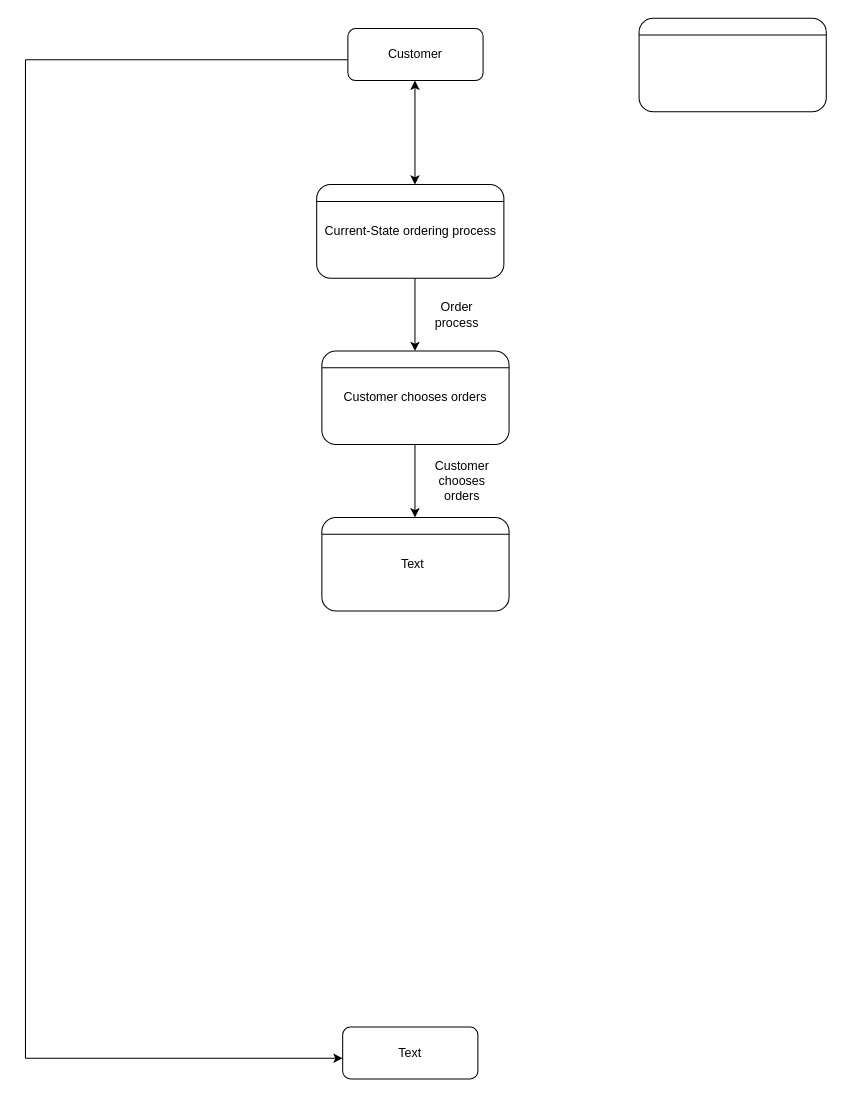
This is Untitled Diagram.drawio from TipperChristopher/.github.io.matahi, a draw.io file, before an edit. Source tidied: cells renumbered, new cells numbered last; positions are measured from the earlier drawing's top-left corner, leaving out a move shared by most shapes. Both pictures are drawn from the tidied source at 104%, with x=0, y=0 at pixel (25, 18).
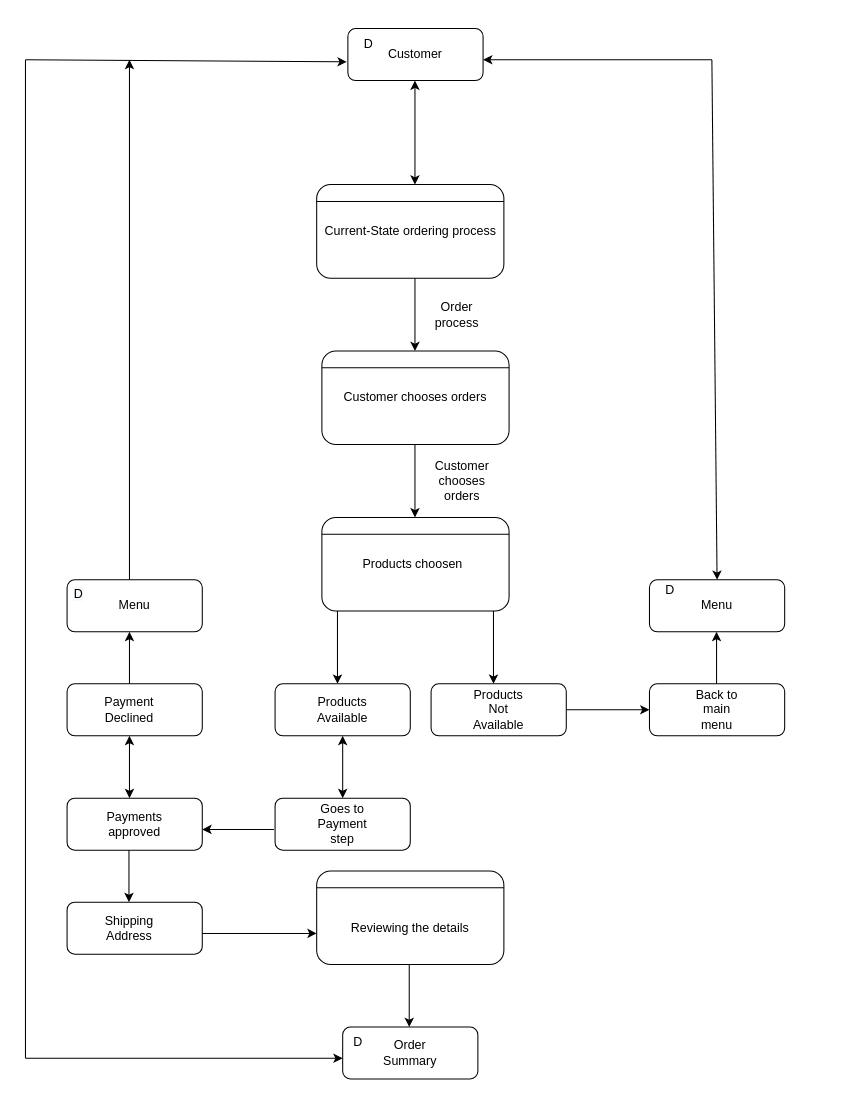
Above is the later version.

Unchanged cells that the change refers to:
```xml
<mxCell id="2" style="rounded=1;whiteSpace=wrap;html=1;" parent="1" vertex="1">
  <mxGeometry x="310" y="10" width="130" height="50" as="geometry" />
</mxCell>
```

Diff of the diagram source:
```diff
@@
-    <mxCell id="9" style="endArrow=none;html=1;rounded=0;" parent="1" edge="1">
-      <mxGeometry relative="1" as="geometry">
-        <mxPoint y="40" as="sourcePoint" />
-        <mxPoint x="310" y="40" as="targetPoint" />
-      </mxGeometry>
-    </mxCell>
@@
     <mxCell id="12" style="rounded=1;whiteSpace=wrap;html=1;" parent="1" vertex="1">
-      <mxGeometry x="590" width="180" height="90" as="geometry" />
+      <mxGeometry x="280" y="820" width="180" height="90" as="geometry" />
     </mxCell>
@@
-    <mxCell id="23" value="Text" style="text;html=1;strokeColor=none;fillColor=none;align=center;verticalAlign=middle;whiteSpace=wrap;rounded=0;" parent="1" vertex="1">
+    <mxCell id="23" value="Products choosen" style="text;html=1;strokeColor=none;fillColor=none;align=center;verticalAlign=middle;whiteSpace=wrap;rounded=0;" parent="1" vertex="1">
       <mxGeometry x="285" y="510" width="175" height="30" as="geometry" />
     </mxCell>
-    <mxCell id="24" value="Text" style="text;html=1;strokeColor=none;fillColor=none;align=center;verticalAlign=middle;whiteSpace=wrap;rounded=0;" parent="1" vertex="1">
+    <mxCell id="24" value="Order Summary" style="text;html=1;strokeColor=none;fillColor=none;align=center;verticalAlign=middle;whiteSpace=wrap;rounded=0;" parent="1" vertex="1">
       <mxGeometry x="340" y="980" width="60" height="30" as="geometry" />
     </mxCell>
+    <mxCell id="25" style="endArrow=classic;html=1;rounded=0;" parent="1" edge="1">
+      <mxGeometry relative="1" as="geometry">
+        <mxPoint x="300" y="570" as="sourcePoint" />
+        <mxPoint x="300" y="640" as="targetPoint" />
+      </mxGeometry>
+    </mxCell>
+    <mxCell id="26" style="endArrow=classic;html=1;rounded=0;" parent="1" edge="1">
+      <mxGeometry relative="1" as="geometry">
+        <mxPoint x="450" y="570" as="sourcePoint" />
+        <mxPoint x="450" y="640" as="targetPoint" />
+      </mxGeometry>
+    </mxCell>
+    <mxCell id="27" style="rounded=1;whiteSpace=wrap;html=1;" parent="1" vertex="1">
+      <mxGeometry x="240" y="640" width="130" height="50" as="geometry" />
+    </mxCell>
+    <mxCell id="28" style="rounded=1;whiteSpace=wrap;html=1;" parent="1" vertex="1">
+      <mxGeometry x="390" y="640" width="130" height="50" as="geometry" />
+    </mxCell>
+    <mxCell id="29" value="Products Available" style="text;html=1;strokeColor=none;fillColor=none;align=center;verticalAlign=middle;whiteSpace=wrap;rounded=0;" parent="1" vertex="1">
+      <mxGeometry x="275" y="650" width="60" height="30" as="geometry" />
+    </mxCell>
+    <mxCell id="30" value="Products Not Available" style="text;html=1;strokeColor=none;fillColor=none;align=center;verticalAlign=middle;whiteSpace=wrap;rounded=0;" parent="1" vertex="1">
+      <mxGeometry x="425" y="650" width="60" height="30" as="geometry" />
+    </mxCell>
+    <mxCell id="31" style="rounded=1;whiteSpace=wrap;html=1;" parent="1" vertex="1">
+      <mxGeometry x="240" y="750" width="130" height="50" as="geometry" />
+    </mxCell>
+    <mxCell id="32" value="Goes to Payment step" style="text;html=1;strokeColor=none;fillColor=none;align=center;verticalAlign=middle;whiteSpace=wrap;rounded=0;" parent="1" vertex="1">
+      <mxGeometry x="275" y="760" width="60" height="30" as="geometry" />
+    </mxCell>
+    <mxCell id="33" style="endArrow=classic;startArrow=classic;html=1;rounded=0;entryX=0.5;entryY=1;entryDx=0;entryDy=0;exitX=0.5;exitY=0;exitDx=0;exitDy=0;" parent="1" edge="1" source="31" target="27">
+      <mxGeometry relative="1" as="geometry" />
+    </mxCell>
+    <mxCell id="34" style="rounded=1;whiteSpace=wrap;html=1;" parent="1" vertex="1">
+      <mxGeometry x="600" y="640" width="130" height="50" as="geometry" />
+    </mxCell>
+    <mxCell id="35" value="Back to main menu" style="text;html=1;strokeColor=none;fillColor=none;align=center;verticalAlign=middle;whiteSpace=wrap;rounded=0;" parent="1" vertex="1">
+      <mxGeometry x="635" y="650" width="60" height="30" as="geometry" />
+    </mxCell>
+    <mxCell id="36" style="endArrow=classic;html=1;rounded=0;exitX=1;exitY=0.5;exitDx=0;exitDy=0;" parent="1" edge="1" source="28">
+      <mxGeometry relative="1" as="geometry">
+        <mxPoint x="600" y="665" as="targetPoint" />
+      </mxGeometry>
+    </mxCell>
+    <mxCell id="37" style="endArrow=classic;html=1;rounded=0;" parent="1" edge="1">
+      <mxGeometry relative="1" as="geometry">
+        <mxPoint x="239" y="780" as="sourcePoint" />
+        <mxPoint x="170" y="780" as="targetPoint" />
+      </mxGeometry>
+    </mxCell>
+    <mxCell id="38" style="rounded=1;whiteSpace=wrap;html=1;" parent="1" vertex="1">
+      <mxGeometry x="40" y="750" width="130" height="50" as="geometry" />
+    </mxCell>
+    <mxCell id="39" value="Payments approved" style="text;html=1;strokeColor=none;fillColor=none;align=center;verticalAlign=middle;whiteSpace=wrap;rounded=0;" parent="1" vertex="1">
+      <mxGeometry x="75" y="760" width="60" height="30" as="geometry" />
+    </mxCell>
+    <mxCell id="40" style="endArrow=classic;html=1;rounded=0;entryX=-0.008;entryY=0.64;entryDx=0;entryDy=0;entryPerimeter=0;" parent="1" edge="1" target="2">
+      <mxGeometry relative="1" as="geometry">
+        <mxPoint y="40" as="sourcePoint" />
+      </mxGeometry>
+    </mxCell>
+    <mxCell id="41" style="endArrow=classic;html=1;rounded=0;" parent="1" edge="1">
+      <mxGeometry relative="1" as="geometry">
+        <mxPoint x="369" y="910" as="sourcePoint" />
+        <mxPoint x="369" y="970" as="targetPoint" />
+      </mxGeometry>
+    </mxCell>
+    <mxCell id="42" style="endArrow=classic;startArrow=classic;html=1;rounded=0;" parent="1" edge="1">
+      <mxGeometry relative="1" as="geometry">
+        <mxPoint x="100" y="750" as="sourcePoint" />
+        <mxPoint x="100" y="690" as="targetPoint" />
+        <Array as="points">
+          <mxPoint x="100" y="690" />
+        </Array>
+      </mxGeometry>
+    </mxCell>
+    <mxCell id="43" style="rounded=1;whiteSpace=wrap;html=1;" parent="1" vertex="1">
+      <mxGeometry x="40" y="640" width="130" height="50" as="geometry" />
+    </mxCell>
+    <mxCell id="44" value="Payment Declined" style="text;html=1;strokeColor=none;fillColor=none;align=center;verticalAlign=middle;whiteSpace=wrap;rounded=0;" parent="1" vertex="1">
+      <mxGeometry x="70" y="650" width="60" height="30" as="geometry" />
+    </mxCell>
+    <mxCell id="45" style="endArrow=classic;html=1;rounded=0;" parent="1" edge="1">
+      <mxGeometry relative="1" as="geometry">
+        <mxPoint x="99.5" y="800" as="sourcePoint" />
+        <mxPoint x="99.5" y="850" as="targetPoint" />
+      </mxGeometry>
+    </mxCell>
+    <mxCell id="46" style="rounded=1;whiteSpace=wrap;html=1;" parent="1" vertex="1">
+      <mxGeometry x="40" y="850" width="130" height="50" as="geometry" />
+    </mxCell>
+    <mxCell id="47" style="endArrow=classic;html=1;rounded=0;" parent="1" edge="1">
+      <mxGeometry relative="1" as="geometry">
+        <mxPoint x="170" y="880" as="sourcePoint" />
+        <mxPoint x="280" y="880" as="targetPoint" />
+      </mxGeometry>
+    </mxCell>
+    <mxCell id="48" value="Shipping Address" style="text;html=1;strokeColor=none;fillColor=none;align=center;verticalAlign=middle;whiteSpace=wrap;rounded=0;" parent="1" vertex="1">
+      <mxGeometry x="70" y="860" width="60" height="30" as="geometry" />
+    </mxCell>
+    <mxCell id="49" value="Reviewing the details" style="text;html=1;strokeColor=none;fillColor=none;align=center;verticalAlign=middle;whiteSpace=wrap;rounded=0;" parent="1" vertex="1">
+      <mxGeometry x="280" y="860" width="180" height="30" as="geometry" />
+    </mxCell>
+    <mxCell id="50" value="D" style="text;html=1;strokeColor=none;fillColor=none;align=center;verticalAlign=middle;whiteSpace=wrap;rounded=0;" parent="1" vertex="1">
+      <mxGeometry x="300" y="10" width="60" height="30" as="geometry" />
+    </mxCell>
+    <mxCell id="51" value="D" style="text;html=1;strokeColor=none;fillColor=none;align=center;verticalAlign=middle;whiteSpace=wrap;rounded=0;" parent="1" vertex="1">
+      <mxGeometry x="290" y="970" width="60" height="30" as="geometry" />
+    </mxCell>
+    <mxCell id="52" style="endArrow=classic;html=1;rounded=0;" parent="1" edge="1">
+      <mxGeometry relative="1" as="geometry">
+        <mxPoint x="100" y="640" as="sourcePoint" />
+        <mxPoint x="100" y="590" as="targetPoint" />
+      </mxGeometry>
+    </mxCell>
+    <mxCell id="53" style="endArrow=classic;html=1;rounded=0;" parent="1" edge="1">
+      <mxGeometry relative="1" as="geometry">
+        <mxPoint x="664.5" y="640" as="sourcePoint" />
+        <mxPoint x="664.5" y="590" as="targetPoint" />
+      </mxGeometry>
+    </mxCell>
+    <mxCell id="54" style="rounded=1;whiteSpace=wrap;html=1;" parent="1" vertex="1">
+      <mxGeometry x="600" y="540" width="130" height="50" as="geometry" />
+    </mxCell>
+    <mxCell id="55" value="Menu" style="text;html=1;strokeColor=none;fillColor=none;align=center;verticalAlign=middle;whiteSpace=wrap;rounded=0;" parent="1" vertex="1">
+      <mxGeometry x="635" y="550" width="60" height="30" as="geometry" />
+    </mxCell>
+    <mxCell id="56" value="D" style="text;html=1;strokeColor=none;fillColor=none;align=center;verticalAlign=middle;whiteSpace=wrap;rounded=0;" parent="1" vertex="1">
+      <mxGeometry x="590" y="535" width="60" height="30" as="geometry" />
+    </mxCell>
+    <mxCell id="57" style="rounded=1;whiteSpace=wrap;html=1;" parent="1" vertex="1">
+      <mxGeometry x="40" y="540" width="130" height="50" as="geometry" />
+    </mxCell>
+    <mxCell id="58" value="Menu" style="text;html=1;strokeColor=none;fillColor=none;align=center;verticalAlign=middle;whiteSpace=wrap;rounded=0;" parent="1" vertex="1">
+      <mxGeometry x="75" y="550" width="60" height="30" as="geometry" />
+    </mxCell>
+    <mxCell id="59" value="&lt;span style=&quot;color: rgb(0, 0, 0); font-family: Helvetica; font-size: 12px; font-style: normal; font-variant-ligatures: normal; font-variant-caps: normal; font-weight: 400; letter-spacing: normal; orphans: 2; text-align: center; text-indent: 0px; text-transform: none; widows: 2; word-spacing: 0px; -webkit-text-stroke-width: 0px; background-color: rgb(248, 249, 250); text-decoration-thickness: initial; text-decoration-style: initial; text-decoration-color: initial; float: none; display: inline !important;&quot;&gt;D&lt;/span&gt;" style="text;whiteSpace=wrap;html=1;" parent="1" vertex="1">
+      <mxGeometry x="45" y="540" width="30" height="30" as="geometry" />
+    </mxCell>
+    <mxCell id="60" style="endArrow=classic;html=1;rounded=0;" parent="1" edge="1">
+      <mxGeometry relative="1" as="geometry">
+        <mxPoint x="660" y="40" as="sourcePoint" />
+        <mxPoint x="440" y="40" as="targetPoint" />
+      </mxGeometry>
+    </mxCell>
+    <mxCell id="61" style="endArrow=classic;html=1;rounded=0;entryX=0.5;entryY=0;entryDx=0;entryDy=0;" parent="1" edge="1" target="54">
+      <mxGeometry relative="1" as="geometry">
+        <mxPoint x="660" y="40" as="sourcePoint" />
+      </mxGeometry>
+    </mxCell>
+    <mxCell id="62" style="endArrow=classic;html=1;rounded=0;" parent="1" edge="1">
+      <mxGeometry relative="1" as="geometry">
+        <mxPoint x="100" y="540" as="sourcePoint" />
+        <mxPoint x="100" y="40" as="targetPoint" />
+      </mxGeometry>
+    </mxCell>
```
